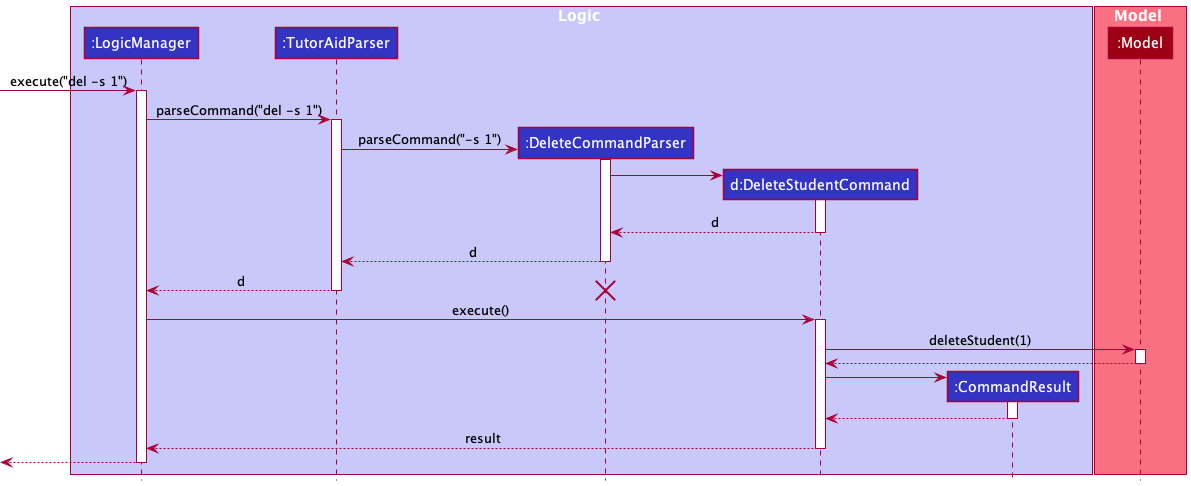
This is docs/images/DeleteStudentSequenceDiagram.png from nus-cs2103-AY2122S1/tp, a PlantUML export, as it was before one commit. The source it was exported from:
```plantuml
@startuml
!include style.puml

box Logic LOGIC_COLOR_T1
participant ":LogicManager" as LogicManager LOGIC_COLOR
participant ":TutorAidParser" as TutorAidParser LOGIC_COLOR
participant ":DeleteCommandParser" as DeleteCommandParser LOGIC_COLOR
participant "d:DeleteStudentCommand" as DeleteStudentCommand LOGIC_COLOR
participant ":CommandResult" as CommandResult LOGIC_COLOR
end box

box Model MODEL_COLOR_T1
participant ":Model" as Model MODEL_COLOR
end box

[-> LogicManager : execute("del -s 1")
activate LogicManager

LogicManager -> TutorAidParser : parseCommand("del -s 1")
activate TutorAidParser

create DeleteCommandParser
TutorAidParser -> DeleteCommandParser : parseCommand("-s 1")
activate DeleteCommandParser

create DeleteStudentCommand
DeleteCommandParser -> DeleteStudentCommand
activate DeleteStudentCommand

DeleteStudentCommand --> DeleteCommandParser : d
deactivate DeleteStudentCommand

DeleteCommandParser --> TutorAidParser : d
deactivate DeleteCommandParser

TutorAidParser --> LogicManager : d
deactivate TutorAidParser

destroy DeleteCommandParser

LogicManager -> DeleteStudentCommand : execute()
activate DeleteStudentCommand

DeleteStudentCommand -> Model : deleteStudent(1)
activate Model

Model --> DeleteStudentCommand
deactivate Model

create CommandResult
DeleteStudentCommand -> CommandResult
activate CommandResult

CommandResult --> DeleteStudentCommand
deactivate CommandResult

DeleteStudentCommand --> LogicManager : result
deactivate DeleteStudentCommand

[<--LogicManager
deactivate LogicManager
@enduml
```
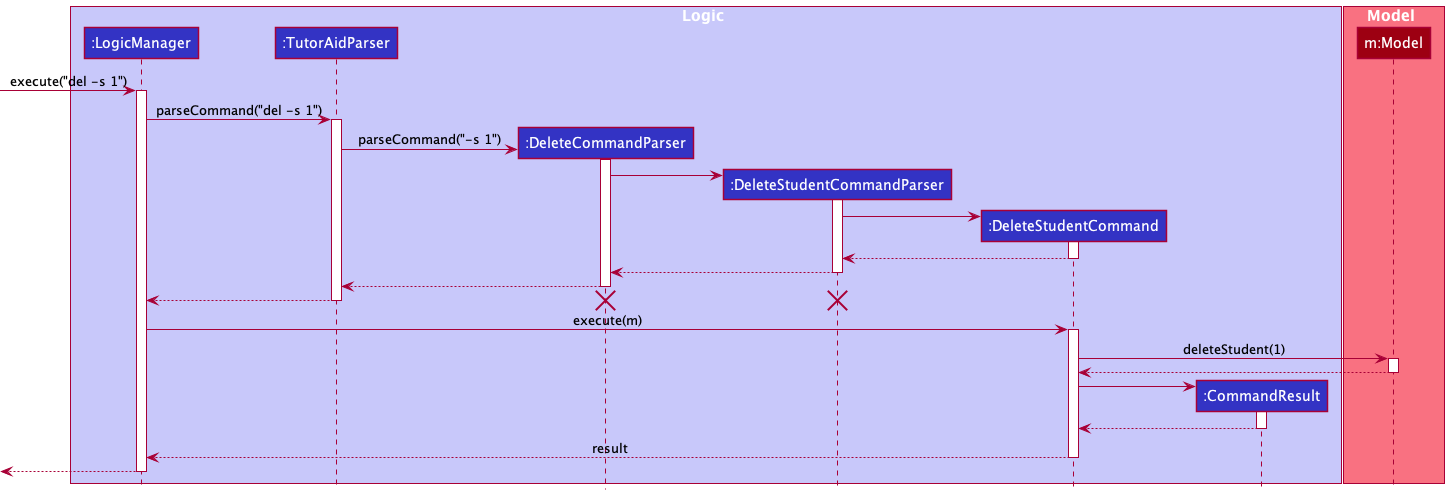
After the commit.

The edit, as a diff of the source:
```diff
@@ -5,12 +5,13 @@
 participant ":LogicManager" as LogicManager LOGIC_COLOR
 participant ":TutorAidParser" as TutorAidParser LOGIC_COLOR
 participant ":DeleteCommandParser" as DeleteCommandParser LOGIC_COLOR
-participant "d:DeleteStudentCommand" as DeleteStudentCommand LOGIC_COLOR
+participant ":DeleteStudentCommandParser" as DeleteStudentCommandParser LOGIC_COLOR
+participant ":DeleteStudentCommand" as DeleteStudentCommand LOGIC_COLOR
 participant ":CommandResult" as CommandResult LOGIC_COLOR
 end box
 
 box Model MODEL_COLOR_T1
-participant ":Model" as Model MODEL_COLOR
+participant "m:Model" as Model MODEL_COLOR
 end box
 
 [-> LogicManager : execute("del -s 1")
@@ -23,22 +24,31 @@
 TutorAidParser -> DeleteCommandParser : parseCommand("-s 1")
 activate DeleteCommandParser
 
+create DeleteStudentCommandParser
+DeleteCommandParser -> DeleteStudentCommandParser
+activate DeleteStudentCommandParser
+
 create DeleteStudentCommand
-DeleteCommandParser -> DeleteStudentCommand
+DeleteStudentCommandParser -> DeleteStudentCommand
 activate DeleteStudentCommand
 
-DeleteStudentCommand --> DeleteCommandParser : d
+DeleteStudentCommand --> DeleteStudentCommandParser
 deactivate DeleteStudentCommand
 
-DeleteCommandParser --> TutorAidParser : d
+DeleteStudentCommandParser --> DeleteCommandParser
+deactivate DeleteStudentCommandParser
+
+DeleteCommandParser --> TutorAidParser
 deactivate DeleteCommandParser
 
-TutorAidParser --> LogicManager : d
+TutorAidParser --> LogicManager
 deactivate TutorAidParser
 
 destroy DeleteCommandParser
 
-LogicManager -> DeleteStudentCommand : execute()
+destroy DeleteStudentCommandParser
+
+LogicManager -> DeleteStudentCommand : execute(m)
 activate DeleteStudentCommand
 
 DeleteStudentCommand -> Model : deleteStudent(1)
```
